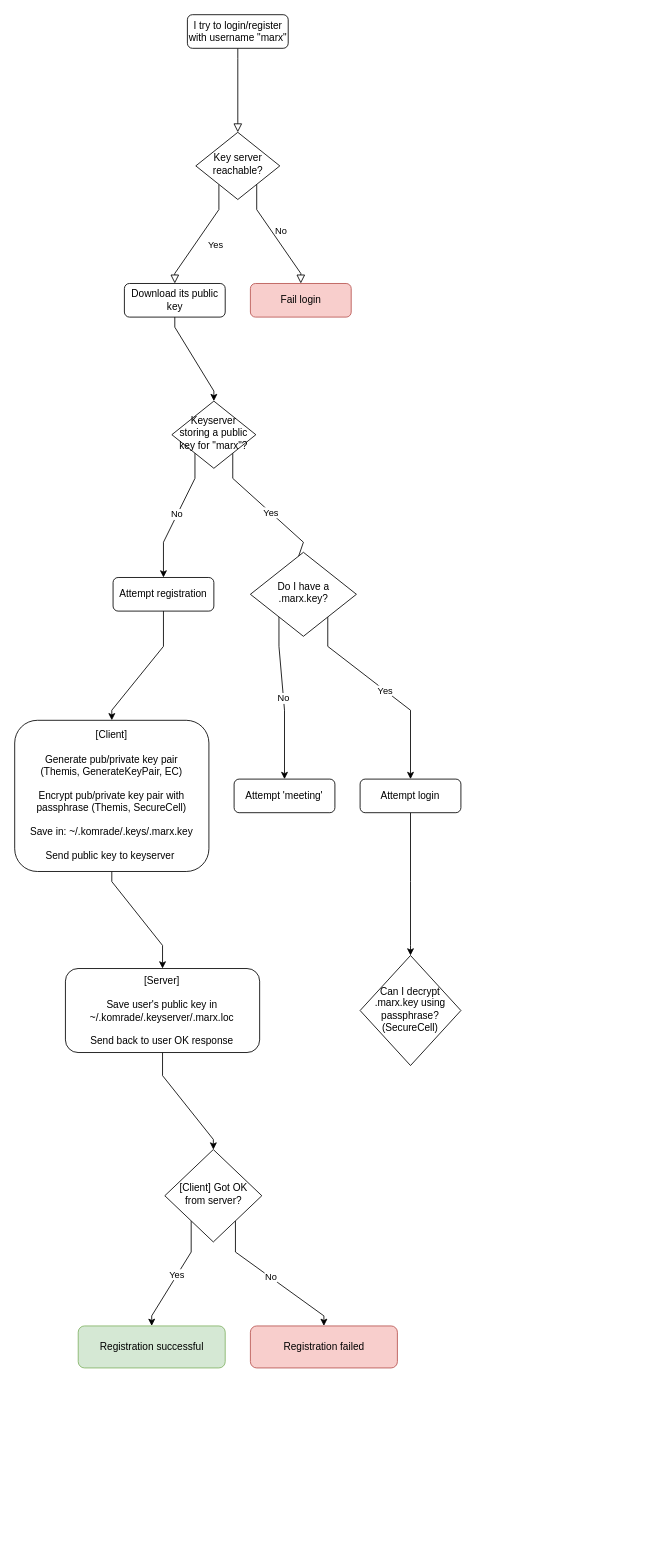
Above: cryptosystems.drawio in ComradOrg/Comrad (draw.io), before the change. Source tidied: cells renumbered, new cells numbered last; positions are measured from the earlier drawing's top-left corner, leaving out a move shared by most shapes. Both pictures are drawn from the tidied source at 84%, with x=0, y=0 at pixel (14, 14).
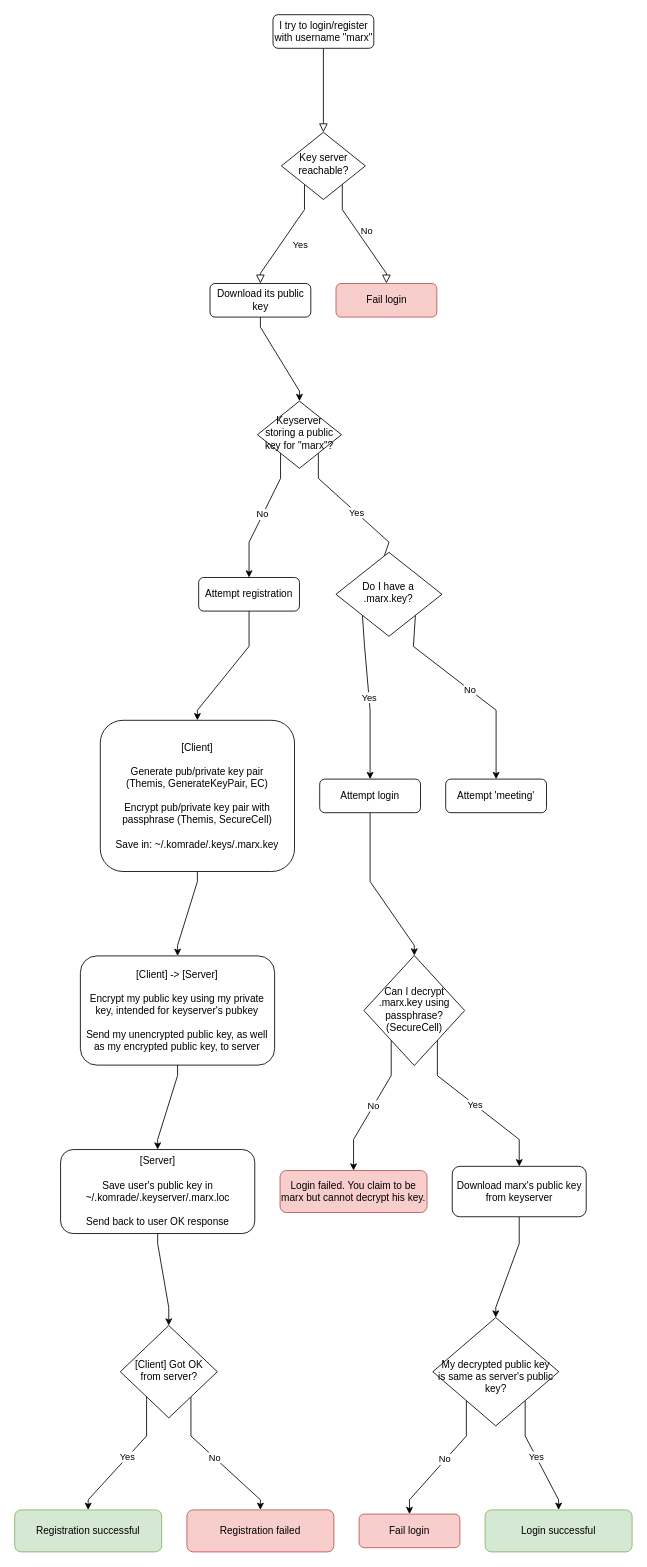
The same page after the edit.

Diff of the diagram source:
```diff
@@
     <mxCell id="2" style="rounded=0;html=1;jettySize=auto;fontSize=11;endArrow=block;endFill=0;endSize=8;strokeWidth=1;shadow=0;labelBackgroundColor=none;edgeStyle=orthogonalEdgeStyle;noEdgeStyle=1;orthogonal=1;" parent="1" edge="1" source="3" target="6">
       <mxGeometry relative="1" as="geometry">
         <Array as="points">
-          <mxPoint x="265.6" y="52" />
-          <mxPoint x="265.6" y="128" />
+          <mxPoint x="367.5" y="52" />
+          <mxPoint x="367.5" y="128" />
         </Array>
       </mxGeometry>
     </mxCell>
     <mxCell id="3" value="I try to login/register with username &quot;marx&quot;" style="rounded=1;whiteSpace=wrap;html=1;fontSize=12;glass=0;strokeWidth=1;shadow=0;" parent="1" vertex="1">
-      <mxGeometry x="205.6" width="120" height="40" as="geometry" />
+      <mxGeometry x="307.5" width="120" height="40" as="geometry" />
     </mxCell>
     <mxCell id="4" value="Yes" style="rounded=0;html=1;jettySize=auto;fontSize=11;endArrow=block;endFill=0;endSize=8;strokeWidth=1;shadow=0;labelBackgroundColor=none;edgeStyle=orthogonalEdgeStyle;noEdgeStyle=1;orthogonal=1;" parent="1" edge="1" source="6" target="9">
       <mxGeometry y="20" relative="1" as="geometry">
         <Array as="points">
-          <mxPoint x="243.1" y="232" />
-          <mxPoint x="190.6" y="308" />
+          <mxPoint x="345" y="232" />
+          <mxPoint x="292.5" y="308" />
         </Array>
       </mxGeometry>
     </mxCell>
     <mxCell id="5" value="No" style="edgeStyle=orthogonalEdgeStyle;rounded=0;html=1;jettySize=auto;fontSize=11;endArrow=block;endFill=0;endSize=8;strokeWidth=1;shadow=0;labelBackgroundColor=none;noEdgeStyle=1;orthogonal=1;" parent="1" edge="1" source="6" target="7">
       <mxGeometry y="10" relative="1" as="geometry">
         <Array as="points">
-          <mxPoint x="288.1" y="232" />
-          <mxPoint x="340.6" y="308" />
+          <mxPoint x="390" y="232" />
+          <mxPoint x="442.5" y="308" />
         </Array>
       </mxGeometry>
     </mxCell>
     <mxCell id="6" value="Key server reachable?" style="rhombus;whiteSpace=wrap;html=1;shadow=0;fontFamily=Helvetica;fontSize=12;align=center;strokeWidth=1;spacing=6;spacingTop=-4;" parent="1" vertex="1">
-      <mxGeometry x="215.6" y="140" width="100" height="80" as="geometry" />
+      <mxGeometry x="317.5" y="140" width="100" height="80" as="geometry" />
     </mxCell>
     <mxCell id="7" value="Fail login" style="rounded=1;whiteSpace=wrap;html=1;fontSize=12;glass=0;strokeWidth=1;shadow=0;fillColor=#f8cecc;strokeColor=#b85450;" parent="1" vertex="1">
-      <mxGeometry x="280.6" y="320" width="120" height="40" as="geometry" />
+      <mxGeometry x="382.5" y="320" width="120" height="40" as="geometry" />
     </mxCell>
     <mxCell id="8" style="edgeStyle=orthogonalEdgeStyle;rounded=0;jettySize=auto;html=1;noEdgeStyle=1;orthogonal=1;" parent="1" edge="1" source="9" target="12">
       <mxGeometry relative="1" as="geometry">
         <Array as="points">
-          <mxPoint x="190.6" y="372" />
-          <mxPoint x="237.1" y="448" />
+          <mxPoint x="292.5" y="372" />
+          <mxPoint x="339" y="448" />
         </Array>
       </mxGeometry>
     </mxCell>
     <mxCell id="9" value="Download its public key" style="rounded=1;whiteSpace=wrap;html=1;fontSize=12;glass=0;strokeWidth=1;shadow=0;" parent="1" vertex="1">
-      <mxGeometry x="130.6" y="320" width="120" height="40" as="geometry" />
+      <mxGeometry x="232.5" y="320" width="120" height="40" as="geometry" />
     </mxCell>
     <mxCell id="10" value="No" style="edgeStyle=orthogonalEdgeStyle;rounded=0;jettySize=auto;html=1;noEdgeStyle=1;orthogonal=1;" parent="1" edge="1" source="12" target="18">
       <mxGeometry relative="1" as="geometry">
         <Array as="points">
-          <mxPoint x="214.6" y="552" />
-          <mxPoint x="177.1" y="628" />
+          <mxPoint x="316.5" y="552" />
+          <mxPoint x="279" y="628" />
         </Array>
       </mxGeometry>
     </mxCell>
     <mxCell id="11" value="Yes" style="edgeStyle=orthogonalEdgeStyle;rounded=0;jettySize=auto;html=1;noEdgeStyle=1;orthogonal=1;entryX=0.4;entryY=0.25;entryDx=0;entryDy=0;entryPerimeter=0;" parent="1" edge="1" source="12" target="15">
       <mxGeometry relative="1" as="geometry">
         <Array as="points">
-          <mxPoint x="259.6" y="552" />
-          <mxPoint x="343.7" y="628" />
+          <mxPoint x="361.5" y="552" />
+          <mxPoint x="445.6" y="628" />
         </Array>
       </mxGeometry>
     </mxCell>
     <mxCell id="12" value="Keyserver storing a public key for &quot;marx&quot;?" style="rhombus;whiteSpace=wrap;html=1;shadow=0;fontFamily=Helvetica;fontSize=12;align=center;strokeWidth=1;spacing=6;spacingTop=-4;" parent="1" vertex="1">
-      <mxGeometry x="187.1" y="460" width="100" height="80" as="geometry" />
+      <mxGeometry x="289" y="460" width="100" height="80" as="geometry" />
     </mxCell>
-    <mxCell id="13" value="No" style="edgeStyle=orthogonalEdgeStyle;rounded=0;jettySize=auto;html=1;noEdgeStyle=1;orthogonal=1;" parent="1" edge="1" source="15" target="16">
+    <mxCell id="13" value="No" style="edgeStyle=orthogonalEdgeStyle;rounded=0;jettySize=auto;html=1;noEdgeStyle=1;orthogonal=1;exitX=1;exitY=1;exitDx=0;exitDy=0;" parent="1" edge="1" source="15" target="16">
       <mxGeometry relative="1" as="geometry">
         <Array as="points">
-          <mxPoint x="314.6" y="752" />
-          <mxPoint x="321.2" y="828" />
+          <mxPoint x="474.6" y="752" />
+          <mxPoint x="573.1" y="828" />
         </Array>
       </mxGeometry>
     </mxCell>
-    <mxCell id="14" value="Yes" style="edgeStyle=orthogonalEdgeStyle;rounded=0;jettySize=auto;html=1;noEdgeStyle=1;orthogonal=1;" parent="1" edge="1" source="15" target="20">
+    <mxCell id="14" value="Yes" style="edgeStyle=orthogonalEdgeStyle;rounded=0;jettySize=auto;html=1;noEdgeStyle=1;orthogonal=1;exitX=0;exitY=1;exitDx=0;exitDy=0;" parent="1" edge="1" source="15" target="20">
       <mxGeometry relative="1" as="geometry">
         <Array as="points">
-          <mxPoint x="372.7" y="752" />
-          <mxPoint x="471.2" y="828" />
+          <mxPoint x="416.5" y="752" />
+          <mxPoint x="423.1" y="828" />
         </Array>
       </mxGeometry>
     </mxCell>
     <mxCell id="15" value="Do I have a .marx.key?" style="rhombus;whiteSpace=wrap;html=1;shadow=0;fontFamily=Helvetica;fontSize=12;align=center;strokeWidth=1;spacing=6;spacingTop=-4;" parent="1" vertex="1">
-      <mxGeometry x="280.6" y="640" width="126.2" height="100" as="geometry" />
+      <mxGeometry x="382.4" y="640" width="126.2" height="100" as="geometry" />
     </mxCell>
     <mxCell id="16" value="Attempt 'meeting'" style="rounded=1;whiteSpace=wrap;html=1;fontSize=12;glass=0;strokeWidth=1;shadow=0;" parent="1" vertex="1">
-      <mxGeometry x="261.2" y="910" width="120" height="40" as="geometry" />
+      <mxGeometry x="513.1" y="910" width="120" height="40" as="geometry" />
     </mxCell>
     <mxCell id="17" style="edgeStyle=orthogonalEdgeStyle;rounded=0;jettySize=auto;html=1;noEdgeStyle=1;orthogonal=1;entryX=0.5;entryY=0;entryDx=0;entryDy=0;" parent="1" edge="1" source="18" target="22">
       <mxGeometry relative="1" as="geometry">
         <Array as="points">
-          <mxPoint x="177.1" y="752" />
-          <mxPoint x="115.6" y="828" />
+          <mxPoint x="279" y="752" />
+          <mxPoint x="217.5" y="828" />
         </Array>
       </mxGeometry>
     </mxCell>
     <mxCell id="18" value="Attempt registration" style="rounded=1;whiteSpace=wrap;html=1;fontSize=12;glass=0;strokeWidth=1;shadow=0;" parent="1" vertex="1">
-      <mxGeometry x="117.1" y="670" width="120" height="40" as="geometry" />
+      <mxGeometry x="219" y="670" width="120" height="40" as="geometry" />
     </mxCell>
     <mxCell id="19" style="edgeStyle=orthogonalEdgeStyle;rounded=0;jettySize=auto;html=1;noEdgeStyle=1;orthogonal=1;entryX=0.5;entryY=0;entryDx=0;entryDy=0;" parent="1" edge="1" source="20" target="23">
       <mxGeometry relative="1" as="geometry">
         <Array as="points">
-          <mxPoint x="471.2" y="1032" />
-          <mxPoint x="471.2" y="1108" />
+          <mxPoint x="423.1" y="1032" />
+          <mxPoint x="475.7" y="1108" />
         </Array>
       </mxGeometry>
     </mxCell>
     <mxCell id="20" value="Attempt login" style="rounded=1;whiteSpace=wrap;html=1;fontSize=12;glass=0;strokeWidth=1;shadow=0;" parent="1" vertex="1">
-      <mxGeometry x="411.2" y="910" width="120" height="40" as="geometry" />
+      <mxGeometry x="363.1" y="910" width="120" height="40" as="geometry" />
     </mxCell>
-    <mxCell id="21" style="edgeStyle=orthogonalEdgeStyle;rounded=0;jettySize=auto;html=1;noEdgeStyle=1;orthogonal=1;entryX=0.5;entryY=0;entryDx=0;entryDy=0;" parent="1" edge="1" source="22" target="26">
-      <mxGeometry relative="1" as="geometry">
-        <Array as="points">
-          <mxPoint x="115.6" y="1032" />
-          <mxPoint x="176" y="1108" />
-        </Array>
-      </mxGeometry>
-    </mxCell>
+    <mxCell id="31" style="edgeStyle=orthogonalEdgeStyle;rounded=0;jettySize=auto;html=1;noEdgeStyle=1;orthogonal=1;" parent="1" edge="1" source="22" target="43">
+      <mxGeometry relative="1" as="geometry">
+        <Array as="points">
+          <mxPoint x="217.5" y="1032" />
+          <mxPoint x="193.9" y="1108" />
+        </Array>
+      </mxGeometry>
+    </mxCell>
-    <mxCell id="22" value="&lt;div&gt;&lt;span&gt;[Client]&lt;/span&gt;&lt;/div&gt;&lt;div&gt;&lt;span&gt;&lt;br&gt;&lt;/span&gt;&lt;/div&gt;&lt;span&gt;Generate pub/private key pair&lt;br&gt;(Themis, GenerateKeyPair, EC)&lt;br&gt;&lt;/span&gt;&lt;br&gt;&lt;span&gt;Encrypt pub/private key pair with passphrase&amp;nbsp;&lt;/span&gt;&lt;span&gt;(Themis, SecureCell)&lt;br&gt;&lt;/span&gt;&lt;br&gt;&lt;span&gt;Save in:&amp;nbsp;&lt;/span&gt;&lt;span&gt;~/.komrade/.keys/.marx.key&lt;br&gt;&lt;br&gt;&lt;/span&gt;Send public key to keyserver&lt;span&gt;&amp;nbsp;&lt;/span&gt;" style="rounded=1;whiteSpace=wrap;html=1;fontSize=12;glass=0;strokeWidth=1;shadow=0;align=center;" parent="1" vertex="1">
-      <mxGeometry y="840" width="231.2" height="180" as="geometry" />
+    <mxCell id="22" value="&lt;div&gt;&lt;span&gt;[Client]&lt;/span&gt;&lt;/div&gt;&lt;div&gt;&lt;span&gt;&lt;br&gt;&lt;/span&gt;&lt;/div&gt;&lt;span&gt;Generate pub/private key pair&lt;br&gt;(Themis, GenerateKeyPair, EC)&lt;br&gt;&lt;/span&gt;&lt;br&gt;&lt;span&gt;Encrypt pub/private key pair with passphrase&amp;nbsp;&lt;/span&gt;&lt;span&gt;(Themis, SecureCell)&lt;br&gt;&lt;/span&gt;&lt;br&gt;&lt;span&gt;Save in:&amp;nbsp;&lt;/span&gt;&lt;span&gt;~/.komrade/.keys/.marx.key&lt;/span&gt;" style="rounded=1;whiteSpace=wrap;html=1;fontSize=12;glass=0;strokeWidth=1;shadow=0;align=center;" parent="1" vertex="1">
+      <mxGeometry x="101.9" y="840" width="231.2" height="180" as="geometry" />
     </mxCell>
+    <mxCell id="32" value="No" style="edgeStyle=orthogonalEdgeStyle;rounded=0;jettySize=auto;html=1;entryX=0.5;entryY=0;entryDx=0;entryDy=0;noEdgeStyle=1;orthogonal=1;" parent="1" edge="1" source="23" target="34">
+      <mxGeometry relative="1" as="geometry">
+        <Array as="points">
+          <mxPoint x="448.2" y="1263" />
+          <mxPoint x="403.4" y="1339" />
+        </Array>
+      </mxGeometry>
+    </mxCell>
+    <mxCell id="33" value="Yes" style="edgeStyle=orthogonalEdgeStyle;rounded=0;jettySize=auto;html=1;entryX=0.5;entryY=0;entryDx=0;entryDy=0;noEdgeStyle=1;orthogonal=1;" parent="1" edge="1" source="23" target="36">
+      <mxGeometry relative="1" as="geometry">
+        <Array as="points">
+          <mxPoint x="503.2" y="1263" />
+          <mxPoint x="600.6" y="1339" />
+        </Array>
+      </mxGeometry>
+    </mxCell>
     <mxCell id="23" value="Can I decrypt .marx.key using passphrase? (SecureCell)" style="rhombus;whiteSpace=wrap;html=1;shadow=0;fontFamily=Helvetica;fontSize=12;align=center;strokeWidth=1;spacing=6;spacingTop=-4;" parent="1" vertex="1">
-      <mxGeometry x="411.2" y="1120" width="120" height="131" as="geometry" />
+      <mxGeometry x="415.7" y="1120" width="120" height="131" as="geometry" />
     </mxCell>
     <mxCell id="24" value="Registration successful" style="rounded=1;whiteSpace=wrap;html=1;fontSize=12;glass=0;strokeWidth=1;shadow=0;fillColor=#d5e8d4;strokeColor=#82b366;" parent="1" vertex="1">
-      <mxGeometry x="75.6" y="1561" width="175" height="50" as="geometry" />
+      <mxGeometry y="1780" width="175" height="50" as="geometry" />
     </mxCell>
     <mxCell id="25" style="edgeStyle=orthogonalEdgeStyle;rounded=0;jettySize=auto;html=1;noEdgeStyle=1;orthogonal=1;" parent="1" edge="1" source="26" target="29">
       <mxGeometry relative="1" as="geometry">
         <Array as="points">
-          <mxPoint x="176" y="1263" />
-          <mxPoint x="236.5" y="1339" />
+          <mxPoint x="170.2" y="1463" />
+          <mxPoint x="183.4" y="1539" />
         </Array>
       </mxGeometry>
     </mxCell>
     <mxCell id="26" value="&lt;div&gt;&lt;span&gt;[Server]&lt;/span&gt;&lt;/div&gt;&lt;div&gt;&lt;span&gt;&lt;br&gt;&lt;/span&gt;&lt;/div&gt;&lt;div&gt;Save user's public key in&lt;/div&gt;&lt;div&gt;~/.komrade/.keyserver/.marx.loc&lt;/div&gt;&lt;div&gt;&lt;br&gt;&lt;/div&gt;&lt;div&gt;&lt;div&gt;Send back to user OK response&lt;/div&gt;&lt;/div&gt;" style="rounded=1;whiteSpace=wrap;html=1;fontSize=12;glass=0;strokeWidth=1;shadow=0;align=center;" parent="1" vertex="1">
-      <mxGeometry x="60.4" y="1135.5" width="231.2" height="100" as="geometry" />
+      <mxGeometry x="54.6" y="1351" width="231.2" height="100" as="geometry" />
     </mxCell>
     <mxCell id="27" value="Yes" style="edgeStyle=orthogonalEdgeStyle;rounded=0;jettySize=auto;html=1;noEdgeStyle=1;orthogonal=1;" parent="1" edge="1" source="29" target="24">
       <mxGeometry relative="1" as="geometry">
         <Array as="points">
-          <mxPoint x="210.1" y="1473" />
-          <mxPoint x="163.1" y="1549" />
+          <mxPoint x="157" y="1692" />
+          <mxPoint x="87.5" y="1768" />
         </Array>
       </mxGeometry>
     </mxCell>
     <mxCell id="28" value="No" style="edgeStyle=orthogonalEdgeStyle;rounded=0;jettySize=auto;html=1;noEdgeStyle=1;orthogonal=1;" parent="1" edge="1" source="29" target="30">
       <mxGeometry relative="1" as="geometry">
         <Array as="points">
-          <mxPoint x="262.8" y="1473" />
-          <mxPoint x="368.1" y="1549" />
+          <mxPoint x="209.8" y="1692" />
+          <mxPoint x="292.5" y="1768" />
         </Array>
       </mxGeometry>
     </mxCell>
     <mxCell id="29" value="[Client] Got OK from server?" style="rhombus;whiteSpace=wrap;html=1;shadow=0;fontFamily=Helvetica;fontSize=12;align=center;strokeWidth=1;spacing=6;spacingTop=-4;" parent="1" vertex="1">
-      <mxGeometry x="178.7" y="1351" width="115.5" height="110" as="geometry" />
+      <mxGeometry x="125.7" y="1560.5" width="115.5" height="110" as="geometry" />
     </mxCell>
     <mxCell id="30" value="Registration failed" style="rounded=1;whiteSpace=wrap;html=1;fontSize=12;glass=0;strokeWidth=1;shadow=0;fillColor=#f8cecc;strokeColor=#b85450;" parent="1" vertex="1">
-      <mxGeometry x="280.6" y="1561" width="175" height="50" as="geometry" />
+      <mxGeometry x="205" y="1780" width="175" height="50" as="geometry" />
     </mxCell>
+    <mxCell id="34" value="Login failed. You claim to be marx but cannot decrypt his key." style="rounded=1;whiteSpace=wrap;html=1;fontSize=12;glass=0;strokeWidth=1;shadow=0;fillColor=#f8cecc;strokeColor=#b85450;" parent="1" vertex="1">
+      <mxGeometry x="315.9" y="1376" width="175" height="50" as="geometry" />
+    </mxCell>
+    <mxCell id="35" style="edgeStyle=orthogonalEdgeStyle;rounded=0;jettySize=auto;html=1;noEdgeStyle=1;orthogonal=1;" parent="1" edge="1" source="36" target="39">
+      <mxGeometry relative="1" as="geometry">
+        <Array as="points">
+          <mxPoint x="600.6" y="1463" />
+          <mxPoint x="572.7" y="1539" />
+        </Array>
+      </mxGeometry>
+    </mxCell>
+    <mxCell id="36" value="&lt;div&gt;Download marx's public key from keyserver&lt;/div&gt;" style="rounded=1;whiteSpace=wrap;html=1;fontSize=12;glass=0;strokeWidth=1;shadow=0;align=center;" parent="1" vertex="1">
+      <mxGeometry x="520.9" y="1371" width="159.5" height="60" as="geometry" />
+    </mxCell>
+    <mxCell id="37" value="No" style="edgeStyle=orthogonalEdgeStyle;rounded=0;jettySize=auto;html=1;noEdgeStyle=1;orthogonal=1;" parent="1" edge="1" source="39" target="40">
+      <mxGeometry relative="1" as="geometry">
+        <Array as="points">
+          <mxPoint x="537.7" y="1692" />
+          <mxPoint x="470" y="1768" />
+        </Array>
+      </mxGeometry>
+    </mxCell>
+    <mxCell id="38" value="Yes" style="edgeStyle=orthogonalEdgeStyle;rounded=0;jettySize=auto;html=1;entryX=0.5;entryY=0;entryDx=0;entryDy=0;noEdgeStyle=1;orthogonal=1;" parent="1" edge="1" source="39" target="41">
+      <mxGeometry relative="1" as="geometry">
+        <Array as="points">
+          <mxPoint x="607.7" y="1692" />
+          <mxPoint x="647.5" y="1768" />
+        </Array>
+      </mxGeometry>
+    </mxCell>
+    <mxCell id="39" value="&lt;br&gt;My decrypted public key is same as server's public key?&lt;br&gt;" style="rhombus;whiteSpace=wrap;html=1;shadow=0;fontFamily=Helvetica;fontSize=12;align=center;strokeWidth=1;spacing=6;spacingTop=-4;rounded=0;" parent="1" vertex="1">
+      <mxGeometry x="497.7" y="1551" width="150" height="129" as="geometry" />
+    </mxCell>
+    <mxCell id="40" value="Fail login" style="rounded=1;whiteSpace=wrap;html=1;fontSize=12;glass=0;strokeWidth=1;shadow=0;fillColor=#f8cecc;strokeColor=#b85450;" parent="1" vertex="1">
+      <mxGeometry x="410" y="1785" width="120" height="40" as="geometry" />
+    </mxCell>
+    <mxCell id="41" value="Login successful" style="rounded=1;whiteSpace=wrap;html=1;fontSize=12;glass=0;strokeWidth=1;shadow=0;fillColor=#d5e8d4;strokeColor=#82b366;" parent="1" vertex="1">
+      <mxGeometry x="560" y="1780" width="175" height="50" as="geometry" />
+    </mxCell>
+    <mxCell id="42" style="edgeStyle=orthogonalEdgeStyle;rounded=0;jettySize=auto;html=1;noEdgeStyle=1;orthogonal=1;" parent="1" edge="1" source="43" target="26">
+      <mxGeometry relative="1" as="geometry">
+        <Array as="points">
+          <mxPoint x="193.9" y="1263" />
+          <mxPoint x="170.2" y="1339" />
+        </Array>
+      </mxGeometry>
+    </mxCell>
+    <mxCell id="43" value="&lt;div&gt;&lt;span&gt;[Client] -&amp;gt; [Server]&lt;/span&gt;&lt;/div&gt;&lt;div&gt;&lt;br&gt;&lt;/div&gt;&lt;div&gt;Encrypt my public key using my private key, intended for keyserver's pubkey&lt;/div&gt;&lt;div&gt;&lt;br&gt;&lt;/div&gt;&lt;div&gt;Send my unencrypted public key, as well as my encrypted public key, to server&lt;/div&gt;" style="rounded=1;whiteSpace=wrap;html=1;fontSize=12;glass=0;strokeWidth=1;shadow=0;align=center;" parent="1" vertex="1">
+      <mxGeometry x="78.2" y="1120.5" width="231.2" height="130" as="geometry" />
+    </mxCell>
```
